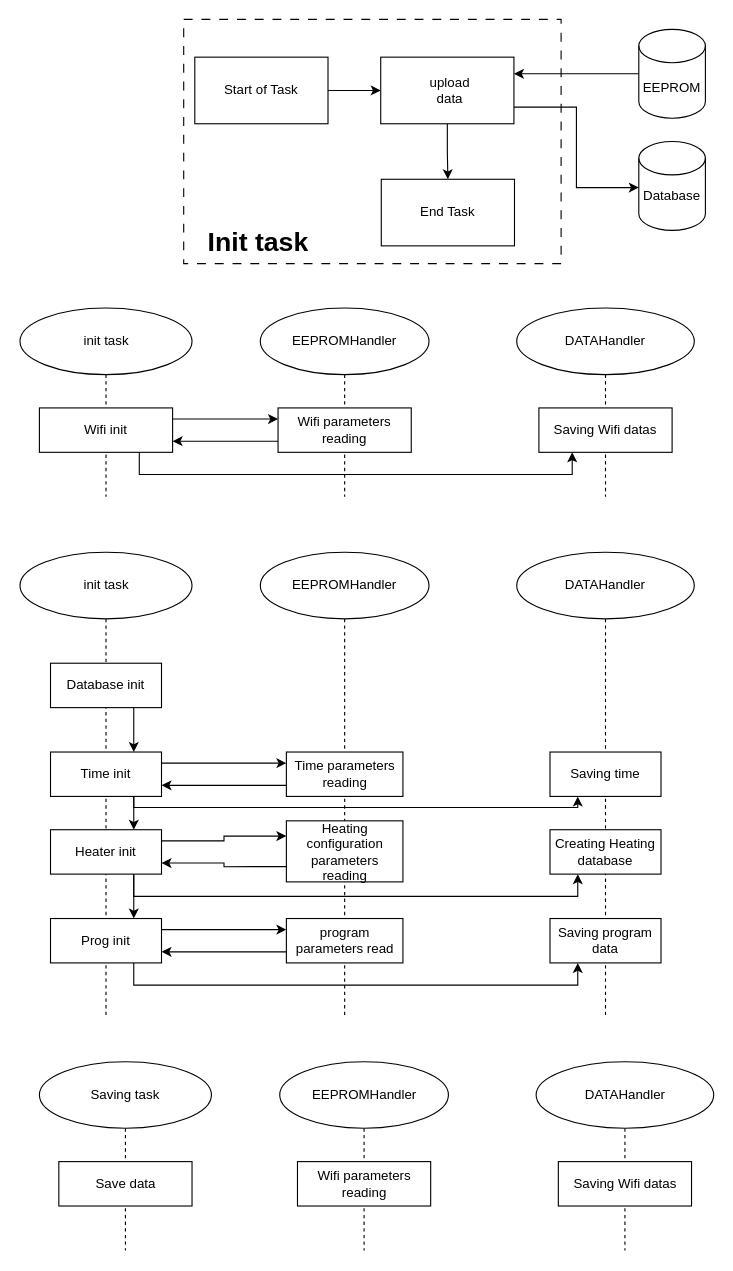
Earlier version of the draw.io diagram page "init task" (9 of 13) of ESP devices buildup.drawio (LBroKerR/ESP32_Thermostats). Source tidied: cells renumbered, new cells numbered last; positions are measured from the earlier drawing's top-left corner, leaving out a move shared by most shapes. Both pictures are drawn from the tidied source at 111%, with x=0, y=0 at pixel (19, 19).
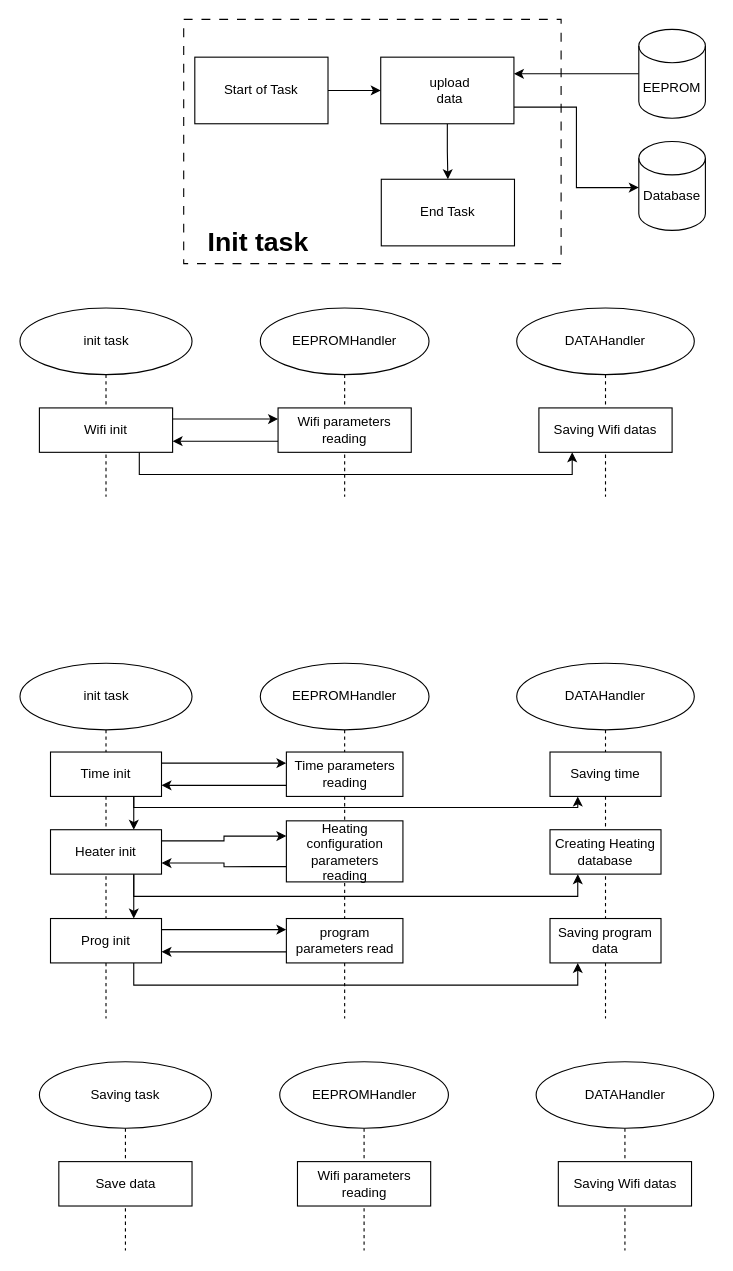
Above is the later version.

Unchanged cells that the change refers to:
```xml
<mxCell id="41" value="Time init" style="rounded=0;whiteSpace=wrap;html=1;" parent="1" vertex="1">
  <mxGeometry x="28" y="660" width="100" height="40" as="geometry" />
</mxCell>
```

Diff of the diagram source:
```diff
@@
     <mxCell id="28" value="init task" style="ellipse;whiteSpace=wrap;html=1;" parent="1" vertex="1">
-      <mxGeometry x="0.5" y="480" width="155" height="60" as="geometry" />
+      <mxGeometry x="0.5" y="580" width="155" height="60" as="geometry" />
     </mxCell>
@@
     <mxCell id="30" value="EEPROMHandler" style="ellipse;whiteSpace=wrap;html=1;" parent="1" vertex="1">
-      <mxGeometry x="217" y="480" width="152" height="60" as="geometry" />
+      <mxGeometry x="217" y="580" width="152" height="60" as="geometry" />
     </mxCell>
@@
     <mxCell id="32" value="DATAHandler" style="ellipse;whiteSpace=wrap;html=1;" parent="1" vertex="1">
-      <mxGeometry x="448" y="480" width="160" height="60" as="geometry" />
+      <mxGeometry x="448" y="580" width="160" height="60" as="geometry" />
     </mxCell>
-    <mxCell id="33" style="edgeStyle=orthogonalEdgeStyle;rounded=0;jettySize=auto;html=1;exitX=0.75;exitY=1;exitDx=0;exitDy=0;entryX=0.75;entryY=0;entryDx=0;entryDy=0;" parent="1" edge="1" source="34" target="41">
-      <mxGeometry relative="1" as="geometry" />
-    </mxCell>
-    <mxCell id="34" value="Database init" style="rounded=0;whiteSpace=wrap;html=1;" parent="1" vertex="1">
-      <mxGeometry x="28" y="580" width="100" height="40" as="geometry" />
-    </mxCell>
```
